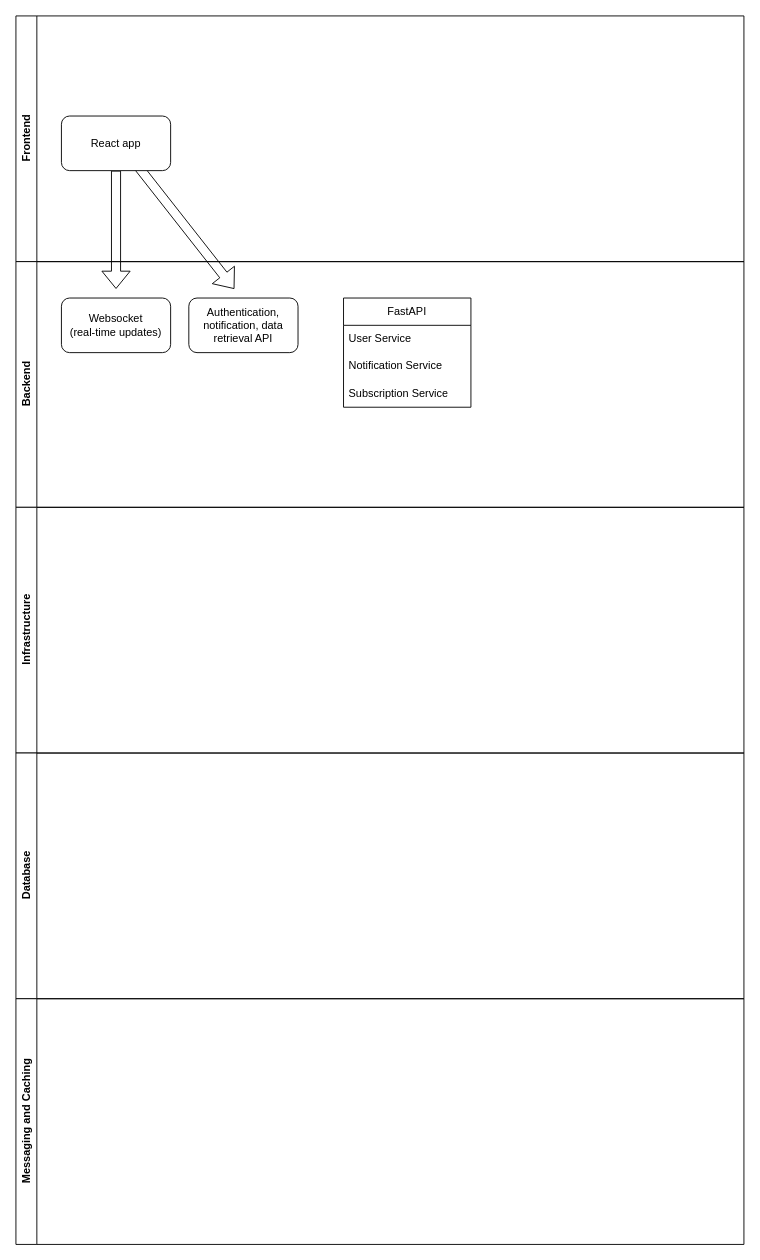
The draw.io diagram SystemDesign.drawio in gianverdum/CutTheChaseArchitecture, before the edit. Source tidied: cells renumbered, new cells numbered last; positions are measured from the earlier drawing's top-left corner, leaving out a move shared by most shapes. Both pictures are drawn from the tidied source at 91%, with x=0, y=0 at pixel (15, 15).
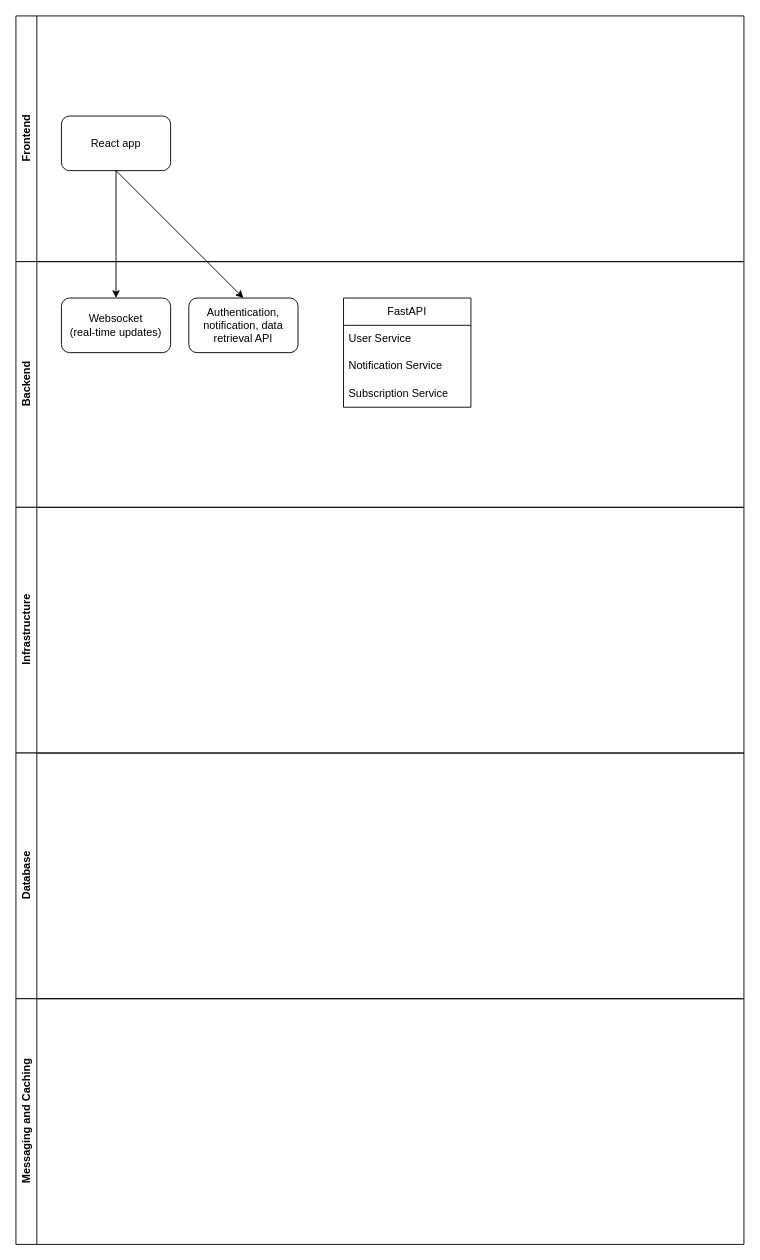
The same page after the edit.

What changed in the source:
```diff
@@
 <mxGraphModel>
   <root>
     <mxCell id="0" />
     <mxCell id="1" parent="0" />
     <mxCell id="2" value="Frontend" style="swimlane;horizontal=0;whiteSpace=wrap;html=1;" parent="1" vertex="1">
       <mxGeometry width="800" height="270" as="geometry" />
     </mxCell>
-    <mxCell id="3" style="shape=flexArrow;endArrow=classic;html=1;rounded=0;exitX=0.5;exitY=1;exitDx=0;exitDy=0;" parent="2" edge="1" source="5">
-      <mxGeometry relative="1" as="geometry">
-        <mxPoint x="110" y="300" as="targetPoint" />
-      </mxGeometry>
-    </mxCell>
-    <mxCell id="4" style="shape=flexArrow;endArrow=classic;html=1;rounded=0;" parent="2" edge="1">
-      <mxGeometry relative="1" as="geometry">
-        <mxPoint x="130" y="160" as="sourcePoint" />
-        <mxPoint x="240" y="300" as="targetPoint" />
-      </mxGeometry>
-    </mxCell>
     <mxCell id="5" value="React app" style="rounded=1;whiteSpace=wrap;html=1;" parent="2" vertex="1">
       <mxGeometry x="50" y="110" width="120" height="60" as="geometry" />
     </mxCell>
     <mxCell id="6" value="Backend" style="swimlane;horizontal=0;whiteSpace=wrap;html=1;" parent="1" vertex="1">
       <mxGeometry y="270" width="800" height="270" as="geometry" />
     </mxCell>
     <mxCell id="7" value="Websocket&lt;div&gt;(real-time updates)&lt;/div&gt;" style="rounded=1;whiteSpace=wrap;html=1;" parent="6" vertex="1">
       <mxGeometry x="50" y="40" width="120" height="60" as="geometry" />
     </mxCell>
     <mxCell id="8" value="Authentication, notification, data retrieval API" style="rounded=1;whiteSpace=wrap;html=1;" parent="6" vertex="1">
       <mxGeometry x="190" y="40" width="120" height="60" as="geometry" />
     </mxCell>
     <mxCell id="9" value="FastAPI" style="swimlane;fontStyle=0;horizontal=1;startSize=30;whiteSpace=wrap;html=1;" parent="6" vertex="1">
       <mxGeometry x="360" y="40" width="140" height="120" as="geometry" />
     </mxCell>
     <mxCell id="10" value="User Service" style="text;strokeColor=none;fillColor=none;align=left;verticalAlign=middle;spacingLeft=4;spacingRight=4;overflow=hidden;whiteSpace=wrap;html=1;" parent="9" vertex="1">
       <mxGeometry y="30" width="140" height="30" as="geometry" />
     </mxCell>
     <mxCell id="11" value="Notification Service" style="text;strokeColor=none;fillColor=none;align=left;verticalAlign=middle;spacingLeft=4;spacingRight=4;overflow=hidden;whiteSpace=wrap;html=1;" parent="9" vertex="1">
       <mxGeometry y="60" width="140" height="30" as="geometry" />
     </mxCell>
     <mxCell id="12" value="Subscription Service" style="text;strokeColor=none;fillColor=none;align=left;verticalAlign=middle;spacingLeft=4;spacingRight=4;overflow=hidden;whiteSpace=wrap;html=1;" parent="9" vertex="1">
       <mxGeometry y="90" width="140" height="30" as="geometry" />
     </mxCell>
     <mxCell id="13" value="Infrastructure" style="swimlane;horizontal=0;whiteSpace=wrap;html=1;" parent="1" vertex="1">
       <mxGeometry y="540" width="800" height="270" as="geometry" />
     </mxCell>
     <mxCell id="14" value="Database" style="swimlane;horizontal=0;whiteSpace=wrap;html=1;" parent="1" vertex="1">
       <mxGeometry y="810" width="800" height="270" as="geometry" />
     </mxCell>
     <mxCell id="15" value="Messaging and Caching" style="swimlane;horizontal=0;whiteSpace=wrap;html=1;" parent="1" vertex="1">
       <mxGeometry y="1080" width="800" height="270" as="geometry" />
     </mxCell>
+    <mxCell id="16" style="edgeStyle=none;rounded=0;jettySize=auto;html=1;entryX=0.5;entryY=0;entryDx=0;entryDy=0;" parent="1" edge="1" target="7">
+      <mxGeometry relative="1" as="geometry">
+        <mxPoint x="110" y="170" as="sourcePoint" />
+      </mxGeometry>
+    </mxCell>
+    <mxCell id="17" style="edgeStyle=none;rounded=0;jettySize=auto;html=1;exitX=0.5;exitY=1;exitDx=0;exitDy=0;entryX=0.5;entryY=0;entryDx=0;entryDy=0;" parent="1" edge="1" source="5" target="8">
+      <mxGeometry relative="1" as="geometry" />
+    </mxCell>
   </root>
 </mxGraphModel>
```
